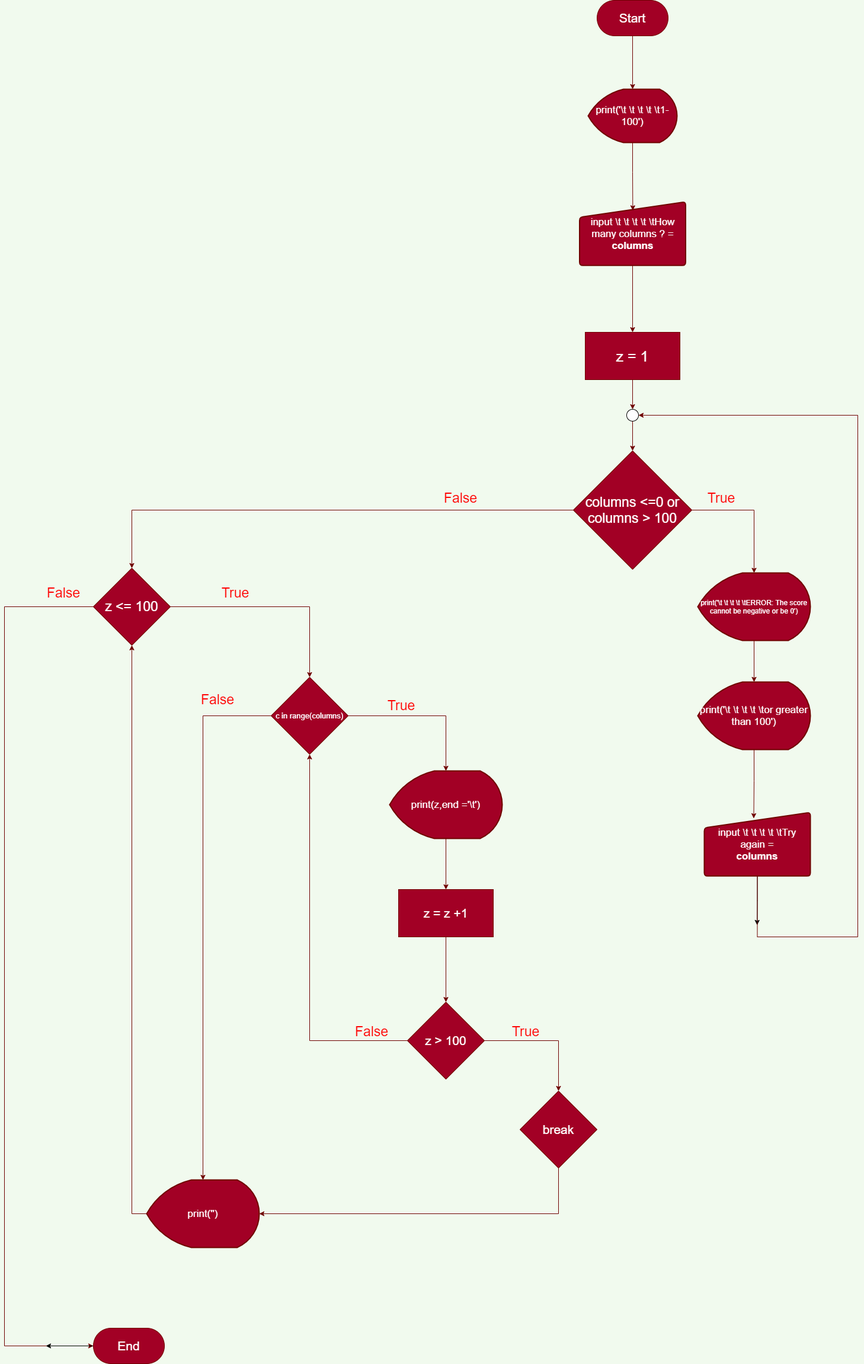
This is Homework/flowHomework_02.png from JakapatJod/INE-PYTHON-64, a draw.io export, as it was before one commit. Source tidied: cells renumbered, new cells last; positions are measured from the earlier drawing's top-left corner, leaving out a move shared by most shapes.
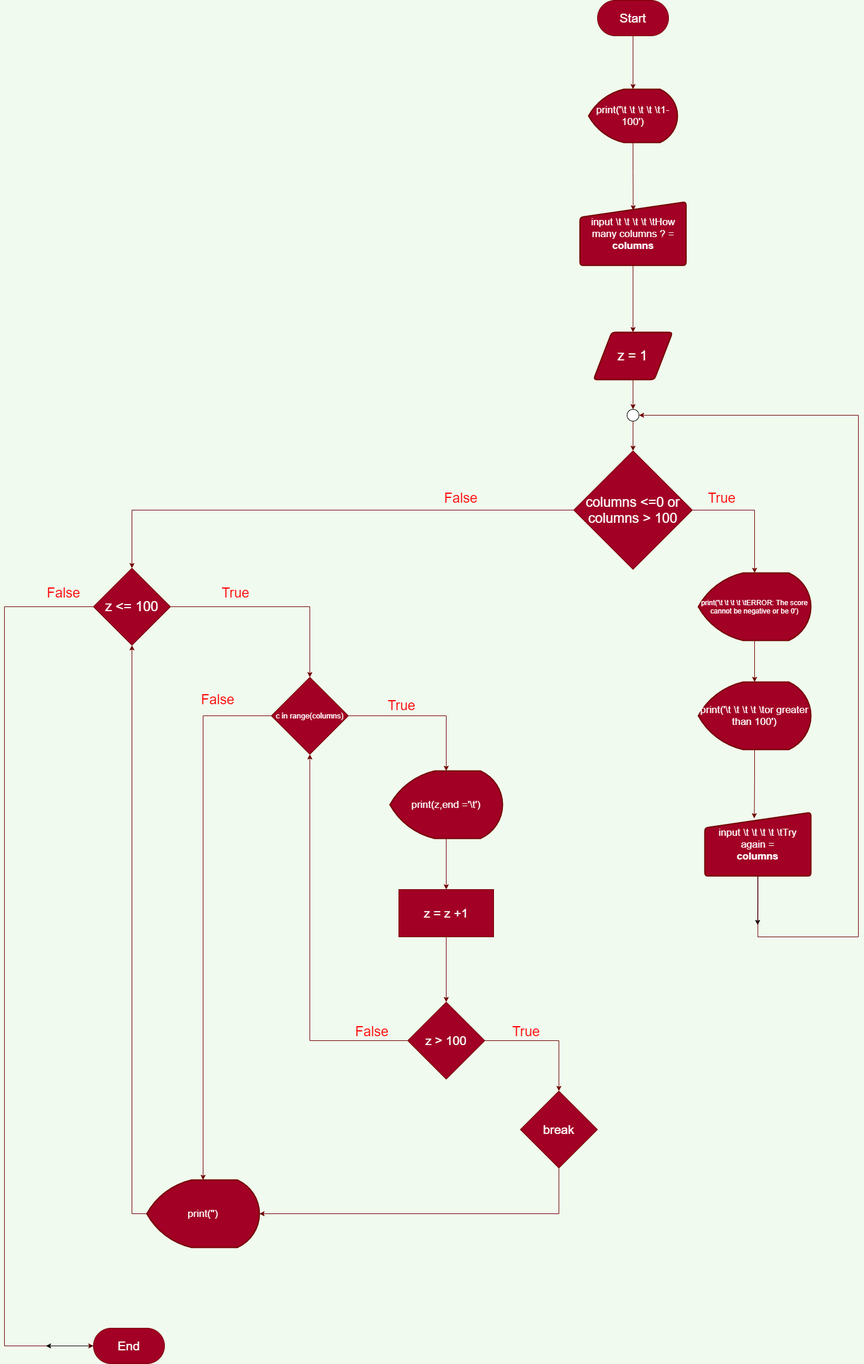
After the commit.

Change to the diagram source:
```diff
@@ -8,7 +8,7 @@
     <mxCell id="3" value="&lt;font style=&quot;font-size: 21px&quot;&gt;Start&lt;/font&gt;" style="rounded=1;whiteSpace=wrap;html=1;arcSize=50;fillColor=#a20025;strokeColor=#6F0000;fontColor=#ffffff;" parent="1" vertex="1">
       <mxGeometry x="1000" width="120" height="60" as="geometry" />
     </mxCell>
-    <mxCell id="4" style="edgeStyle=orthogonalEdgeStyle;rounded=0;jettySize=auto;html=1;exitX=0.5;exitY=1;exitDx=0;exitDy=0;entryX=0.5;entryY=0;entryDx=0;entryDy=0;fillColor=#a20025;strokeColor=#6F0000;" parent="1" edge="1" source="5" target="9">
+    <mxCell id="4" style="edgeStyle=orthogonalEdgeStyle;rounded=0;jettySize=auto;html=1;exitX=0.5;exitY=1;exitDx=0;exitDy=0;fillColor=#a20025;strokeColor=#6F0000;entryX=0.5;entryY=0;entryDx=0;entryDy=0;" parent="1" edge="1" source="5" target="9">
       <mxGeometry relative="1" as="geometry" />
     </mxCell>
     <mxCell id="5" value="&lt;font style=&quot;font-size: 17px&quot;&gt;input \t \t \t \t \tHow many columns ? =&lt;br&gt;&lt;b&gt;columns&lt;/b&gt;&lt;br&gt;&lt;/font&gt;" style="html=1;strokeWidth=2;shape=manualInput;whiteSpace=wrap;rounded=1;size=26;arcSize=11;fillColor=#a20025;strokeColor=#6F0000;fontColor=#ffffff;" parent="1" vertex="1">
@@ -20,14 +20,12 @@
     <mxCell id="7" value="&lt;font style=&quot;font-size: 17px&quot;&gt;print('\t \t \t \t \t1-100')&lt;/font&gt;" style="strokeWidth=2;html=1;shape=mxgraph.flowchart.display;whiteSpace=wrap;fillColor=#a20025;strokeColor=#6F0000;fontColor=#ffffff;" parent="1" vertex="1">
       <mxGeometry x="985" y="150" width="150" height="90" as="geometry" />
     </mxCell>
-    <mxCell id="8" style="edgeStyle=orthogonalEdgeStyle;rounded=0;jettySize=auto;html=1;exitX=0.5;exitY=1;exitDx=0;exitDy=0;fillColor=#a20025;strokeColor=#6F0000;" parent="1" edge="1" source="9">
+    <mxCell id="8" style="edgeStyle=orthogonalEdgeStyle;rounded=0;orthogonalLoop=1;jettySize=auto;html=1;exitX=0.5;exitY=1;exitDx=0;exitDy=0;fillColor=#a20025;strokeColor=#6F0000;" parent="1" edge="1">
       <mxGeometry relative="1" as="geometry">
+        <mxPoint x="1060" y="640" as="sourcePoint" />
         <mxPoint x="1060" y="690" as="targetPoint" />
       </mxGeometry>
     </mxCell>
-    <mxCell id="9" value="&lt;font style=&quot;font-size: 25px&quot;&gt;z = 1&lt;/font&gt;" style="rounded=0;whiteSpace=wrap;html=1;fillColor=#a20025;strokeColor=#6F0000;fontColor=#ffffff;" parent="1" vertex="1">
-      <mxGeometry x="980" y="560" width="160" height="80" as="geometry" />
-    </mxCell>
     <mxCell id="10" style="edgeStyle=orthogonalEdgeStyle;rounded=0;jettySize=auto;html=1;exitX=1;exitY=0.5;exitDx=0;exitDy=0;entryX=0.5;entryY=0;entryDx=0;entryDy=0;entryPerimeter=0;fillColor=#a20025;strokeColor=#6F0000;" parent="1" edge="1" source="12" target="14">
       <mxGeometry relative="1" as="geometry" />
     </mxCell>
@@ -164,5 +162,8 @@
     <mxCell id="48" value="&lt;font color=&quot;#ff0000&quot;&gt;&lt;span style=&quot;font-size: 23px&quot;&gt;False&lt;/span&gt;&lt;/font&gt;" style="text;html=1;strokeColor=none;fillColor=none;align=center;verticalAlign=middle;whiteSpace=wrap;rounded=0;" parent="1" vertex="1">
       <mxGeometry x="340" y="1170" width="40" height="20" as="geometry" />
     </mxCell>
+    <mxCell id="9" value="&lt;font style=&quot;font-size: 23px&quot;&gt;z = 1&lt;/font&gt;" style="shape=parallelogram;html=1;strokeWidth=2;perimeter=parallelogramPerimeter;whiteSpace=wrap;rounded=1;arcSize=12;size=0.23;fillColor=#a20025;strokeColor=#6F0000;fontColor=#ffffff;" parent="1" vertex="1">
+      <mxGeometry x="993.3" y="560" width="133.3" height="80" as="geometry" />
+    </mxCell>
   </root>
 </mxGraphModel>
```
